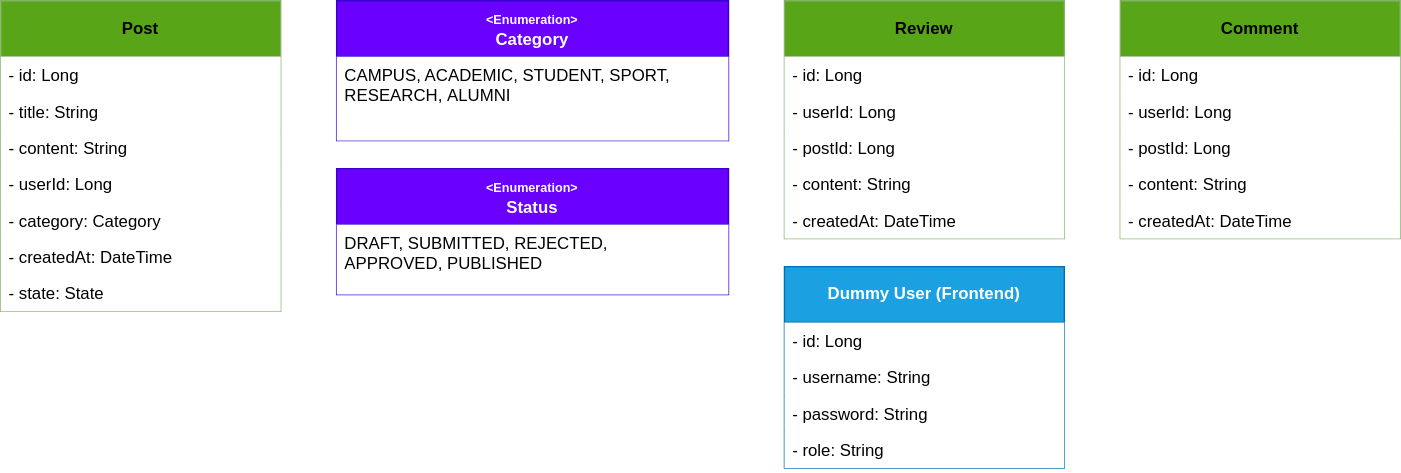
pxlit-projects/project-Su-zenGeurtsPXL-1 keeps this draw.io diagram as architecture/entities.drawio.svg. Above is the earlier version. Source tidied: cells renumbered, new cells last; positions are measured from the earlier drawing's top-left corner, leaving out a move shared by most shapes.
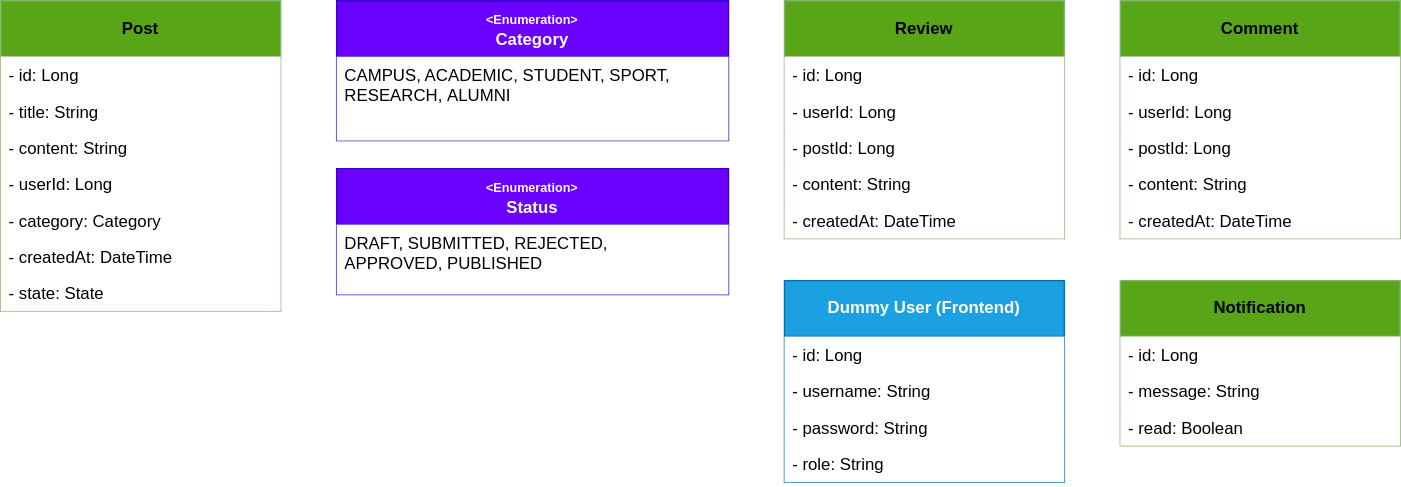
After the commit.

Commit message:
[SETUP] #3 Updated entities

What changed in the source:
```diff
@@ -75,7 +75,7 @@
       <mxGeometry y="40" width="280" height="50" as="geometry" />
     </mxCell>
     <mxCell id="26" value="&lt;b&gt;Dummy User (Frontend)&lt;/b&gt;" style="swimlane;fontStyle=0;horizontal=1;startSize=40;whiteSpace=wrap;html=1;fillColor=#1ba1e2;strokeColor=#006EAF;fontColor=#ffffff;" parent="1" vertex="1">
-      <mxGeometry x="560" y="190" width="200" height="144" as="geometry" />
+      <mxGeometry x="560" y="200" width="200" height="144" as="geometry" />
     </mxCell>
     <mxCell id="27" value="- id: Long" style="text;align=left;verticalAlign=top;spacingLeft=4;spacingRight=4;overflow=hidden;whiteSpace=wrap;html=1;fillColor=default;" parent="26" vertex="1">
       <mxGeometry y="40" width="200" height="26" as="geometry" />
@@ -89,5 +89,17 @@
     <mxCell id="30" value="- role: String" style="text;align=left;verticalAlign=top;spacingLeft=4;spacingRight=4;overflow=hidden;whiteSpace=wrap;html=1;fillColor=default;" parent="26" vertex="1">
       <mxGeometry y="118" width="200" height="26" as="geometry" />
     </mxCell>
+    <mxCell id="31" value="&lt;b&gt;Notification&lt;/b&gt;" style="swimlane;fontStyle=0;horizontal=1;startSize=40;whiteSpace=wrap;html=1;fillColor=#58a518;strokeColor=#82b366;" parent="1" vertex="1">
+      <mxGeometry x="800" y="200" width="200" height="118" as="geometry" />
+    </mxCell>
+    <mxCell id="32" value="- id: Long" style="text;align=left;verticalAlign=top;spacingLeft=4;spacingRight=4;overflow=hidden;whiteSpace=wrap;html=1;fillColor=default;" parent="31" vertex="1">
+      <mxGeometry y="40" width="200" height="26" as="geometry" />
+    </mxCell>
+    <mxCell id="33" value="- message: String" style="text;align=left;verticalAlign=top;spacingLeft=4;spacingRight=4;overflow=hidden;whiteSpace=wrap;html=1;fillColor=default;" parent="31" vertex="1">
+      <mxGeometry y="66" width="200" height="26" as="geometry" />
+    </mxCell>
+    <mxCell id="34" value="- read: Boolean" style="text;align=left;verticalAlign=top;spacingLeft=4;spacingRight=4;overflow=hidden;whiteSpace=wrap;html=1;fillColor=default;" parent="31" vertex="1">
+      <mxGeometry y="92" width="200" height="26" as="geometry" />
+    </mxCell>
   </root>
 </mxGraphModel>
```
